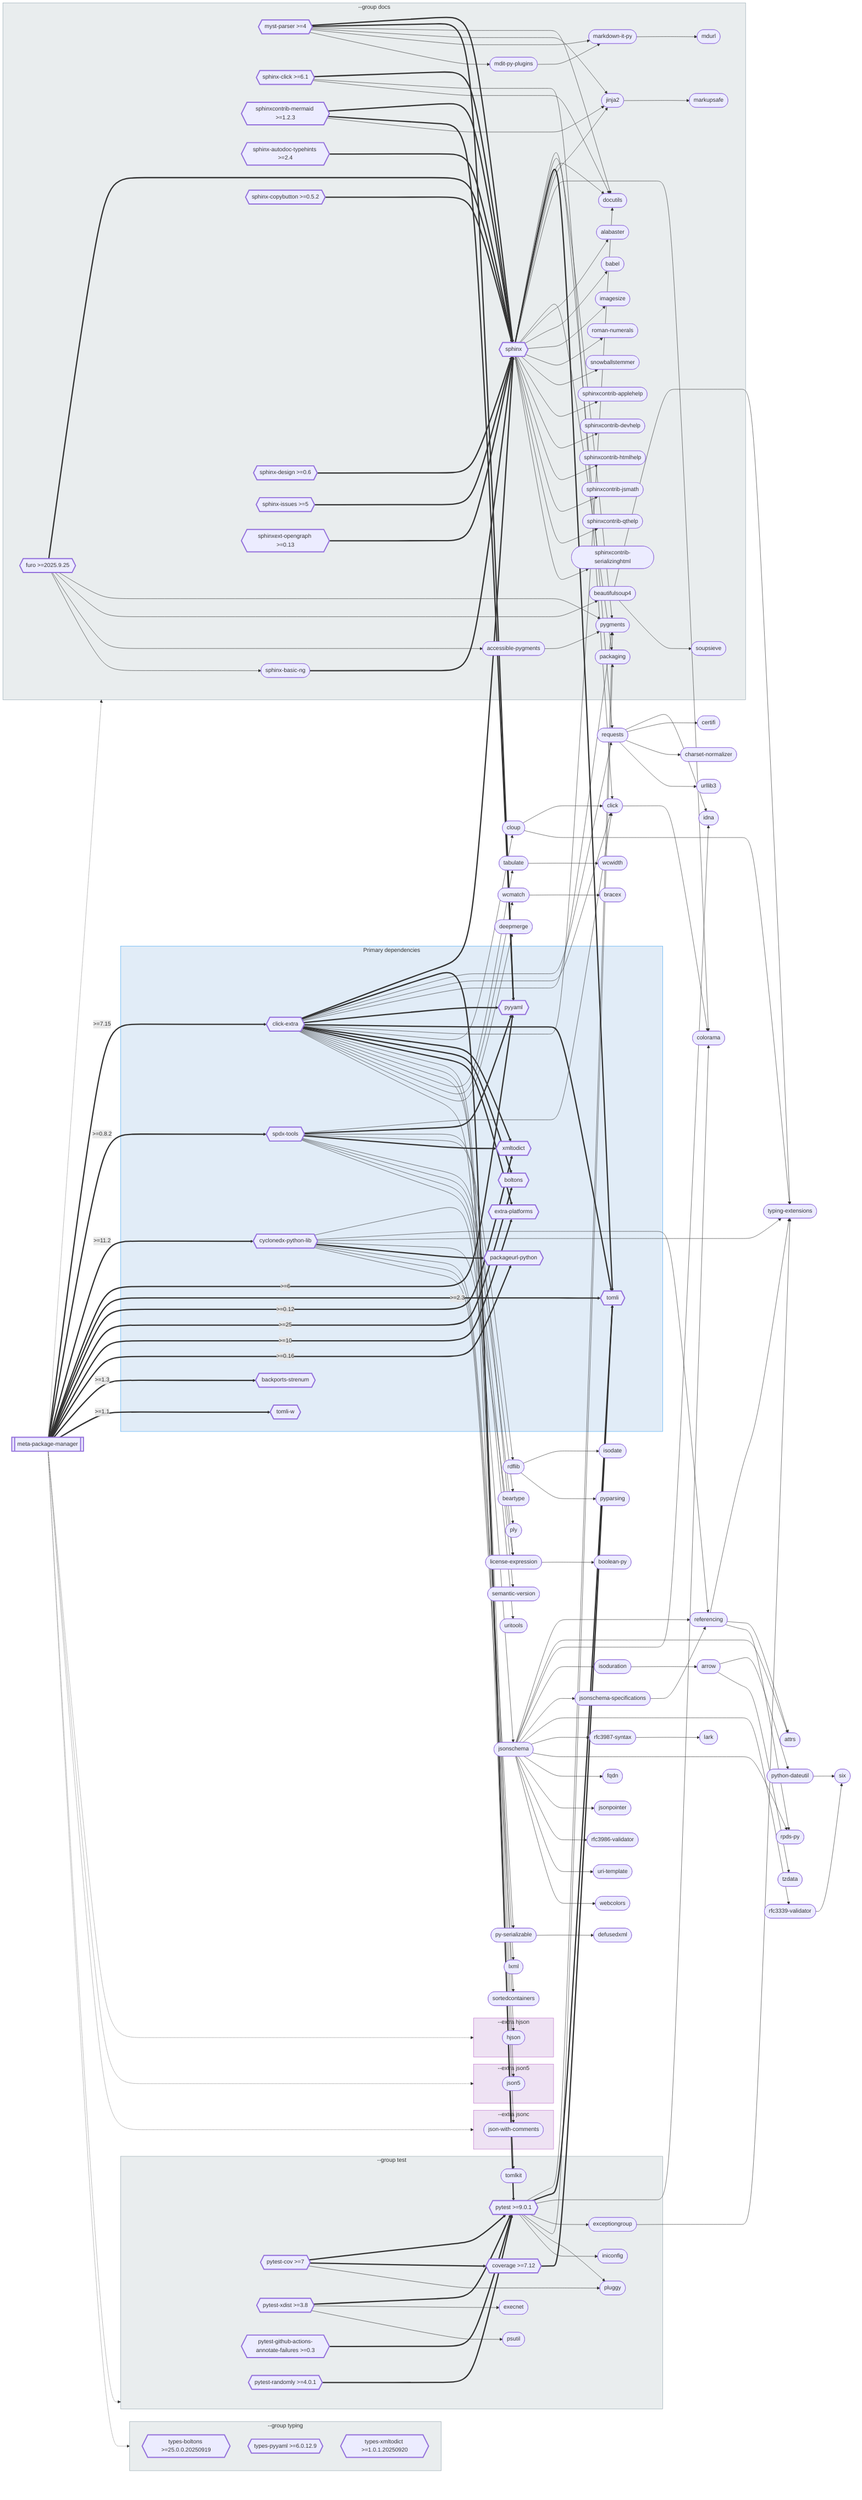
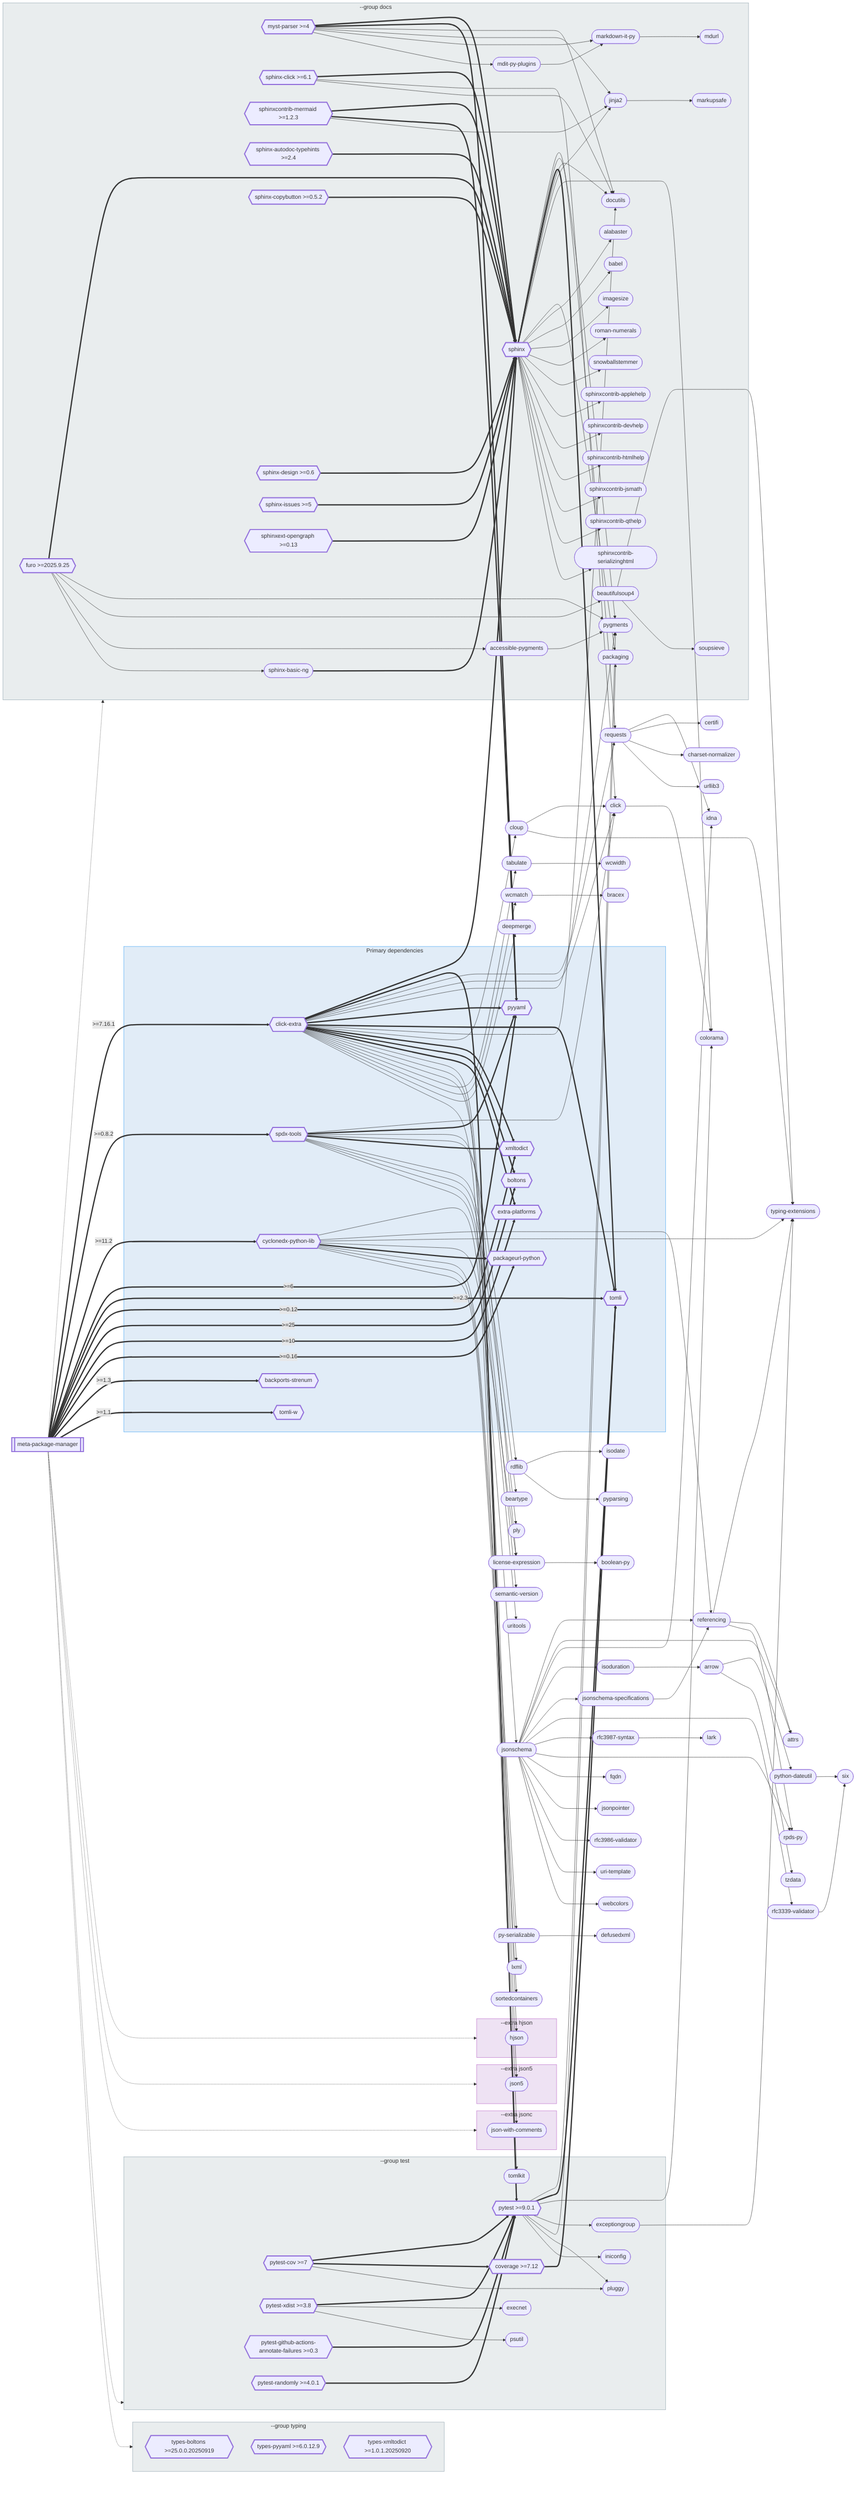
flowchart LR
    meta_package_manager[["`meta-package-manager`"]]

    subgraph primary-deps [Primary dependencies]
        click_extra{{"`click-extra`"}}
        cyclonedx_python_lib{{"`cyclonedx-python-lib`"}}
        spdx_tools{{"`spdx-tools`"}}
        pyyaml{{"`pyyaml`"}}
        tomli{{"`tomli`"}}
        xmltodict{{"`xmltodict`"}}
        boltons{{"`boltons`"}}
        extra_platforms{{"`extra-platforms`"}}
        packageurl_python{{"`packageurl-python`"}}
        backports_strenum{{"`backports-strenum`"}}
        tomli_w{{"`tomli-w`"}}
    end

    jsonschema(["`jsonschema`"])
    referencing(["`referencing`"])
    requests(["`requests`"])
    click_0(["`click`"])
    typing_extensions(["`typing-extensions`"])
    arrow(["`arrow`"])
    cloup(["`cloup`"])
    colorama(["`colorama`"])
    license_expression(["`license-expression`"])
    rdflib(["`rdflib`"])
    attrs(["`attrs`"])
    idna(["`idna`"])
    isoduration(["`isoduration`"])
    jsonschema_specifications(["`jsonschema-specifications`"])
    py_serializable(["`py-serializable`"])
    python_dateutil(["`python-dateutil`"])
    rfc3339_validator(["`rfc3339-validator`"])
    rfc3987_syntax(["`rfc3987-syntax`"])
    rpds_py(["`rpds-py`"])
    six(["`six`"])
    tabulate(["`tabulate`"])
    wcmatch(["`wcmatch`"])
    beartype(["`beartype`"])
    boolean_py(["`boolean-py`"])
    bracex(["`bracex`"])
    certifi(["`certifi`"])
    charset_normalizer(["`charset-normalizer`"])
    deepmerge(["`deepmerge`"])
    defusedxml(["`defusedxml`"])
    fqdn(["`fqdn`"])
    isodate(["`isodate`"])
    jsonpointer(["`jsonpointer`"])
    lark(["`lark`"])
    lxml(["`lxml`"])
    ply(["`ply`"])
    pyparsing(["`pyparsing`"])
    rfc3986_validator(["`rfc3986-validator`"])
    semantic_version(["`semantic-version`"])
    sortedcontainers(["`sortedcontainers`"])
    tzdata(["`tzdata`"])
    uri_template(["`uri-template`"])
    uritools(["`uritools`"])
    urllib3(["`urllib3`"])
    wcwidth(["`wcwidth`"])
    webcolors(["`webcolors`"])

    subgraph ext_hjson [--extra hjson]
        hjson(["`hjson`"])
    end

    subgraph ext_json5 [--extra json5]
        json5(["`json5`"])
    end

    subgraph ext_jsonc [--extra jsonc]
        json_with_comments(["`json-with-comments`"])
    end

    subgraph grp_docs [--group docs]
        sphinx{{"`sphinx`"}}
        myst_parser{{"`myst-parser >=4`"}}
        furo{{"`furo >=2025.9.25`"}}
        pygments(["`pygments`"])
        docutils(["`docutils`"])
        jinja2(["`jinja2`"])
        sphinx_click{{"`sphinx-click >=6.1`"}}
        sphinxcontrib_mermaid{{"`sphinxcontrib-mermaid >=1.2.3`"}}
        beautifulsoup4(["`beautifulsoup4`"])
        markdown_it_py(["`markdown-it-py`"])
        accessible_pygments(["`accessible-pygments`"])
        mdit_py_plugins(["`mdit-py-plugins`"])
        packaging(["`packaging`"])
        sphinx_autodoc_typehints{{"`sphinx-autodoc-typehints >=2.4`"}}
        sphinx_basic_ng(["`sphinx-basic-ng`"])
        sphinx_copybutton{{"`sphinx-copybutton >=0.5.2`"}}
        sphinx_design{{"`sphinx-design >=0.6`"}}
        sphinx_issues{{"`sphinx-issues >=5`"}}
        sphinxext_opengraph{{"`sphinxext-opengraph >=0.13`"}}
        alabaster(["`alabaster`"])
        babel(["`babel`"])
        imagesize(["`imagesize`"])
        markupsafe(["`markupsafe`"])
        mdurl(["`mdurl`"])
        roman_numerals(["`roman-numerals`"])
        snowballstemmer(["`snowballstemmer`"])
        soupsieve(["`soupsieve`"])
        sphinxcontrib_applehelp(["`sphinxcontrib-applehelp`"])
        sphinxcontrib_devhelp(["`sphinxcontrib-devhelp`"])
        sphinxcontrib_htmlhelp(["`sphinxcontrib-htmlhelp`"])
        sphinxcontrib_jsmath(["`sphinxcontrib-jsmath`"])
        sphinxcontrib_qthelp(["`sphinxcontrib-qthelp`"])
        sphinxcontrib_serializinghtml(["`sphinxcontrib-serializinghtml`"])
    end

    subgraph grp_test [--group test]
        pytest{{"`pytest >=9.0.1`"}}
        pytest_cov{{"`pytest-cov >=7`"}}
        pytest_xdist{{"`pytest-xdist >=3.8`"}}
        coverage{{"`coverage >=7.12`"}}
        exceptiongroup(["`exceptiongroup`"])
        pluggy(["`pluggy`"])
        pytest_github_actions_annotate_failures{{"`pytest-github-actions-annotate-failures >=0.3`"}}
        pytest_randomly{{"`pytest-randomly >=4.0.1`"}}
        execnet(["`execnet`"])
        iniconfig(["`iniconfig`"])
        psutil(["`psutil`"])
        tomlkit(["`tomlkit`"])
    end

    subgraph grp_typing [--group typing]
        types_boltons{{"`types-boltons >=25.0.0.20250919`"}}
        types_pyyaml{{"`types-pyyaml >=6.0.12.9`"}}
        types_xmltodict{{"`types-xmltodict >=1.0.1.20250920`"}}
    end

-     meta_package_manager ==>|" >=7.15 "| click_extra
+     meta_package_manager ==>|" >=7.16.1 "| click_extra
    meta_package_manager ==>|" >=0.8.2 "| spdx_tools
    meta_package_manager ==>|" >=11.2 "| cyclonedx_python_lib
    meta_package_manager ==>|" >=6 "| pyyaml
    meta_package_manager ==>|" >=2.3 "| tomli
    meta_package_manager ==>|" >=0.12 "| xmltodict
    meta_package_manager ==>|" >=25 "| boltons
    meta_package_manager ==>|" >=10 "| extra_platforms
    meta_package_manager ==>|" >=0.16 "| packageurl_python
    meta_package_manager ==>|" >=1.3 "| backports_strenum
    meta_package_manager ==>|" >=1.1 "| tomli_w
    sphinx --> requests
    sphinx --> pygments
    sphinx ==> tomli
    sphinx --> docutils
    sphinx --> jinja2
    sphinx --> colorama
    sphinx --> packaging
    sphinx --> alabaster
    sphinx --> babel
    sphinx --> imagesize
    sphinx --> roman_numerals
    sphinx --> snowballstemmer
    sphinx --> sphinxcontrib_applehelp
    sphinx --> sphinxcontrib_devhelp
    sphinx --> sphinxcontrib_htmlhelp
    sphinx --> sphinxcontrib_jsmath
    sphinx --> sphinxcontrib_qthelp
    sphinx --> sphinxcontrib_serializinghtml
    click_extra ==> sphinx
    click_extra ==> pytest
    click_extra --> requests
    click_extra --> click_0
    click_extra --> pygments
    click_extra ==> pyyaml
    click_extra ==> tomli
    click_extra --> docutils
    click_extra --> cloup
    click_extra ==> xmltodict
    click_extra ==> boltons
    click_extra ==> extra_platforms
    click_extra --> hjson
    click_extra --> json_with_comments
    click_extra --> json5
    click_extra --> tabulate
    click_extra --> wcmatch
    click_extra --> deepmerge
    click_extra --> tomlkit
    pytest --> pygments
    pytest ==> tomli
    pytest --> colorama
    pytest --> exceptiongroup
    pytest --> packaging
    pytest --> pluggy
    pytest --> iniconfig
    spdx_tools --> click_0
    spdx_tools ==> pyyaml
    spdx_tools --> license_expression
    spdx_tools --> rdflib
    spdx_tools ==> xmltodict
    spdx_tools --> beartype
    spdx_tools --> ply
    spdx_tools --> semantic_version
    spdx_tools --> uritools
    cyclonedx_python_lib --> jsonschema
    cyclonedx_python_lib --> referencing
    cyclonedx_python_lib --> typing_extensions
    cyclonedx_python_lib --> license_expression
    cyclonedx_python_lib ==> packageurl_python
    cyclonedx_python_lib --> py_serializable
    cyclonedx_python_lib --> lxml
    cyclonedx_python_lib --> sortedcontainers
    myst_parser ==> sphinx
    myst_parser ==> pyyaml
    myst_parser --> docutils
    myst_parser --> jinja2
    myst_parser --> markdown_it_py
    myst_parser --> mdit_py_plugins
    furo ==> sphinx
    furo --> pygments
    furo --> beautifulsoup4
    furo --> accessible_pygments
    furo --> sphinx_basic_ng
    pytest_cov ==> pytest
    pytest_cov ==> coverage
    pytest_cov --> pluggy
    pytest_xdist ==> pytest
    pytest_xdist --> execnet
    pytest_xdist --> psutil
    sphinx_click ==> sphinx
    sphinx_click --> click_0
    sphinx_click --> docutils
    sphinxcontrib_mermaid ==> sphinx
    sphinxcontrib_mermaid ==> pyyaml
    sphinxcontrib_mermaid --> jinja2
    coverage ==> tomli
    pytest_github_actions_annotate_failures ==> pytest
    pytest_randomly ==> pytest
    sphinx_autodoc_typehints ==> sphinx
    sphinx_copybutton ==> sphinx
    sphinx_design ==> sphinx
    sphinx_issues ==> sphinx
    sphinxext_opengraph ==> sphinx
    jsonschema --> referencing
    jsonschema --> attrs
    jsonschema --> idna
    jsonschema --> isoduration
    jsonschema --> jsonschema_specifications
    jsonschema --> rfc3339_validator
    jsonschema --> rfc3987_syntax
    jsonschema --> rpds_py
    jsonschema --> fqdn
    jsonschema --> jsonpointer
    jsonschema --> rfc3986_validator
    jsonschema --> uri_template
    jsonschema --> webcolors
    referencing --> typing_extensions
    referencing --> attrs
    referencing --> rpds_py
    requests --> idna
    requests --> certifi
    requests --> charset_normalizer
    requests --> urllib3
    click_0 --> colorama
    jinja2 --> markupsafe
    beautifulsoup4 --> typing_extensions
    beautifulsoup4 --> soupsieve
    cloup --> click_0
    cloup --> typing_extensions
    license_expression --> boolean_py
    markdown_it_py --> mdurl
    rdflib --> isodate
    rdflib --> pyparsing
    accessible_pygments --> pygments
    exceptiongroup --> typing_extensions
    mdit_py_plugins --> markdown_it_py
    py_serializable --> defusedxml
    sphinx_basic_ng ==> sphinx
    tabulate --> wcwidth
    wcmatch --> bracex
    isoduration --> arrow
    jsonschema_specifications --> referencing
    rfc3339_validator --> six
    rfc3987_syntax --> lark
    arrow --> python_dateutil
    arrow --> tzdata
    python_dateutil --> six
    meta_package_manager -.-> ext_hjson
    meta_package_manager -.-> ext_json5
    meta_package_manager -.-> ext_jsonc
    meta_package_manager -.-> grp_docs
    meta_package_manager -.-> grp_test
    meta_package_manager -.-> grp_typing

    click accessible_pygments "https://pypi.org/project/accessible-pygments/" _blank
    click alabaster "https://pypi.org/project/alabaster/" _blank
    click arrow "https://pypi.org/project/arrow/" _blank
    click attrs "https://pypi.org/project/attrs/" _blank
    click babel "https://pypi.org/project/babel/" _blank
    click backports_strenum "https://pypi.org/project/backports-strenum/" _blank
    click beartype "https://pypi.org/project/beartype/" _blank
    click beautifulsoup4 "https://pypi.org/project/beautifulsoup4/" _blank
    click boltons "https://pypi.org/project/boltons/" _blank
    click boolean_py "https://pypi.org/project/boolean-py/" _blank
    click bracex "https://pypi.org/project/bracex/" _blank
    click certifi "https://pypi.org/project/certifi/" _blank
    click charset_normalizer "https://pypi.org/project/charset-normalizer/" _blank
    click click_0 "https://pypi.org/project/click/" _blank
    click click_extra "https://pypi.org/project/click-extra/" _blank
    click cloup "https://pypi.org/project/cloup/" _blank
    click colorama "https://pypi.org/project/colorama/" _blank
    click coverage "https://pypi.org/project/coverage/" _blank
    click cyclonedx_python_lib "https://pypi.org/project/cyclonedx-python-lib/" _blank
    click deepmerge "https://pypi.org/project/deepmerge/" _blank
    click defusedxml "https://pypi.org/project/defusedxml/" _blank
    click docutils "https://pypi.org/project/docutils/" _blank
    click exceptiongroup "https://pypi.org/project/exceptiongroup/" _blank
    click execnet "https://pypi.org/project/execnet/" _blank
    click extra_platforms "https://pypi.org/project/extra-platforms/" _blank
    click fqdn "https://pypi.org/project/fqdn/" _blank
    click furo "https://pypi.org/project/furo/" _blank
    click hjson "https://pypi.org/project/hjson/" _blank
    click idna "https://pypi.org/project/idna/" _blank
    click imagesize "https://pypi.org/project/imagesize/" _blank
    click iniconfig "https://pypi.org/project/iniconfig/" _blank
    click isodate "https://pypi.org/project/isodate/" _blank
    click isoduration "https://pypi.org/project/isoduration/" _blank
    click jinja2 "https://pypi.org/project/jinja2/" _blank
    click json_with_comments "https://pypi.org/project/json-with-comments/" _blank
    click json5 "https://pypi.org/project/json5/" _blank
    click jsonpointer "https://pypi.org/project/jsonpointer/" _blank
    click jsonschema "https://pypi.org/project/jsonschema/" _blank
    click jsonschema_specifications "https://pypi.org/project/jsonschema-specifications/" _blank
    click lark "https://pypi.org/project/lark/" _blank
    click license_expression "https://pypi.org/project/license-expression/" _blank
    click lxml "https://pypi.org/project/lxml/" _blank
    click markdown_it_py "https://pypi.org/project/markdown-it-py/" _blank
    click markupsafe "https://pypi.org/project/markupsafe/" _blank
    click mdit_py_plugins "https://pypi.org/project/mdit-py-plugins/" _blank
    click mdurl "https://pypi.org/project/mdurl/" _blank
    click meta_package_manager "https://pypi.org/project/meta-package-manager/" _blank
    click myst_parser "https://pypi.org/project/myst-parser/" _blank
    click packageurl_python "https://pypi.org/project/packageurl-python/" _blank
    click packaging "https://pypi.org/project/packaging/" _blank
    click pluggy "https://pypi.org/project/pluggy/" _blank
    click ply "https://pypi.org/project/ply/" _blank
    click psutil "https://pypi.org/project/psutil/" _blank
    click py_serializable "https://pypi.org/project/py-serializable/" _blank
    click pygments "https://pypi.org/project/pygments/" _blank
    click pyparsing "https://pypi.org/project/pyparsing/" _blank
    click pytest "https://pypi.org/project/pytest/" _blank
    click pytest_cov "https://pypi.org/project/pytest-cov/" _blank
    click pytest_github_actions_annotate_failures "https://pypi.org/project/pytest-github-actions-annotate-failures/" _blank
    click pytest_randomly "https://pypi.org/project/pytest-randomly/" _blank
    click pytest_xdist "https://pypi.org/project/pytest-xdist/" _blank
    click python_dateutil "https://pypi.org/project/python-dateutil/" _blank
    click pyyaml "https://pypi.org/project/pyyaml/" _blank
    click rdflib "https://pypi.org/project/rdflib/" _blank
    click referencing "https://pypi.org/project/referencing/" _blank
    click requests "https://pypi.org/project/requests/" _blank
    click rfc3339_validator "https://pypi.org/project/rfc3339-validator/" _blank
    click rfc3986_validator "https://pypi.org/project/rfc3986-validator/" _blank
    click rfc3987_syntax "https://pypi.org/project/rfc3987-syntax/" _blank
    click roman_numerals "https://pypi.org/project/roman-numerals/" _blank
    click rpds_py "https://pypi.org/project/rpds-py/" _blank
    click semantic_version "https://pypi.org/project/semantic-version/" _blank
    click six "https://pypi.org/project/six/" _blank
    click snowballstemmer "https://pypi.org/project/snowballstemmer/" _blank
    click sortedcontainers "https://pypi.org/project/sortedcontainers/" _blank
    click soupsieve "https://pypi.org/project/soupsieve/" _blank
    click spdx_tools "https://pypi.org/project/spdx-tools/" _blank
    click sphinx "https://pypi.org/project/sphinx/" _blank
    click sphinx_autodoc_typehints "https://pypi.org/project/sphinx-autodoc-typehints/" _blank
    click sphinx_basic_ng "https://pypi.org/project/sphinx-basic-ng/" _blank
    click sphinx_click "https://pypi.org/project/sphinx-click/" _blank
    click sphinx_copybutton "https://pypi.org/project/sphinx-copybutton/" _blank
    click sphinx_design "https://pypi.org/project/sphinx-design/" _blank
    click sphinx_issues "https://pypi.org/project/sphinx-issues/" _blank
    click sphinxcontrib_applehelp "https://pypi.org/project/sphinxcontrib-applehelp/" _blank
    click sphinxcontrib_devhelp "https://pypi.org/project/sphinxcontrib-devhelp/" _blank
    click sphinxcontrib_htmlhelp "https://pypi.org/project/sphinxcontrib-htmlhelp/" _blank
    click sphinxcontrib_jsmath "https://pypi.org/project/sphinxcontrib-jsmath/" _blank
    click sphinxcontrib_mermaid "https://pypi.org/project/sphinxcontrib-mermaid/" _blank
    click sphinxcontrib_qthelp "https://pypi.org/project/sphinxcontrib-qthelp/" _blank
    click sphinxcontrib_serializinghtml "https://pypi.org/project/sphinxcontrib-serializinghtml/" _blank
    click sphinxext_opengraph "https://pypi.org/project/sphinxext-opengraph/" _blank
    click tabulate "https://pypi.org/project/tabulate/" _blank
    click tomli "https://pypi.org/project/tomli/" _blank
    click tomli_w "https://pypi.org/project/tomli-w/" _blank
    click tomlkit "https://pypi.org/project/tomlkit/" _blank
    click types_boltons "https://pypi.org/project/types-boltons/" _blank
    click types_pyyaml "https://pypi.org/project/types-pyyaml/" _blank
    click types_xmltodict "https://pypi.org/project/types-xmltodict/" _blank
    click typing_extensions "https://pypi.org/project/typing-extensions/" _blank
    click tzdata "https://pypi.org/project/tzdata/" _blank
    click uri_template "https://pypi.org/project/uri-template/" _blank
    click uritools "https://pypi.org/project/uritools/" _blank
    click urllib3 "https://pypi.org/project/urllib3/" _blank
    click wcmatch "https://pypi.org/project/wcmatch/" _blank
    click wcwidth "https://pypi.org/project/wcwidth/" _blank
    click webcolors "https://pypi.org/project/webcolors/" _blank
    click xmltodict "https://pypi.org/project/xmltodict/" _blank

    style meta_package_manager stroke-width:3px
    style backports_strenum stroke-width:3px
    style boltons stroke-width:3px
    style click_extra stroke-width:3px
    style coverage stroke-width:3px
    style cyclonedx_python_lib stroke-width:3px
    style extra_platforms stroke-width:3px
    style furo stroke-width:3px
    style myst_parser stroke-width:3px
    style packageurl_python stroke-width:3px
    style pytest stroke-width:3px
    style pytest_cov stroke-width:3px
    style pytest_github_actions_annotate_failures stroke-width:3px
    style pytest_randomly stroke-width:3px
    style pytest_xdist stroke-width:3px
    style pyyaml stroke-width:3px
    style spdx_tools stroke-width:3px
    style sphinx stroke-width:3px
    style sphinx_autodoc_typehints stroke-width:3px
    style sphinx_click stroke-width:3px
    style sphinx_copybutton stroke-width:3px
    style sphinx_design stroke-width:3px
    style sphinx_issues stroke-width:3px
    style sphinxcontrib_mermaid stroke-width:3px
    style sphinxext_opengraph stroke-width:3px
    style tomli stroke-width:3px
    style tomli_w stroke-width:3px
    style types_boltons stroke-width:3px
    style types_pyyaml stroke-width:3px
    style types_xmltodict stroke-width:3px
    style xmltodict stroke-width:3px

    style primary-deps fill:#1565C020,stroke:#42A5F5
    style ext_hjson fill:#7B1FA220,stroke:#BA68C8
    style ext_json5 fill:#7B1FA220,stroke:#BA68C8
    style ext_jsonc fill:#7B1FA220,stroke:#BA68C8
    style grp_docs fill:#546E7A20,stroke:#90A4AE
    style grp_test fill:#546E7A20,stroke:#90A4AE
    style grp_typing fill:#546E7A20,stroke:#90A4AE
